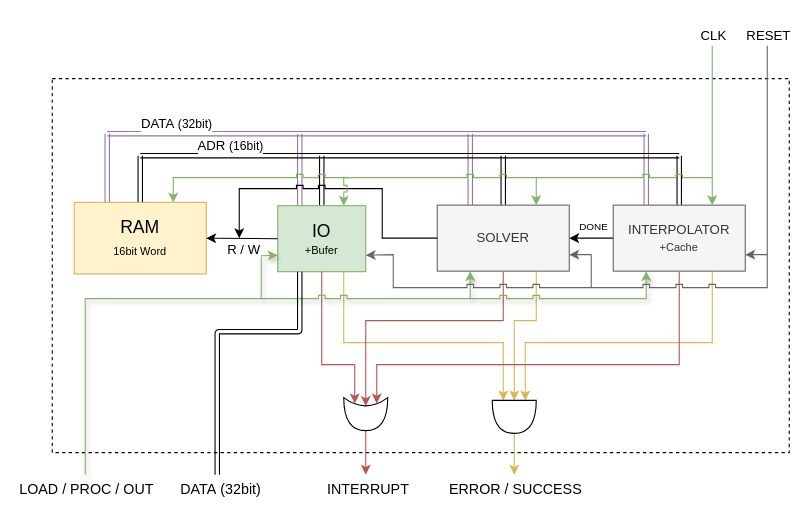
mido3ds/ode-solver-chip keeps this draw.io diagram as d1.drawio. Above is the earlier version. Source tidied: cells renumbered, new cells numbered last; positions are measured from the earlier drawing's top-left corner, leaving out a move shared by most shapes. Both pictures are drawn from the tidied source at 110%, with x=0, y=0 at pixel (52, 45).
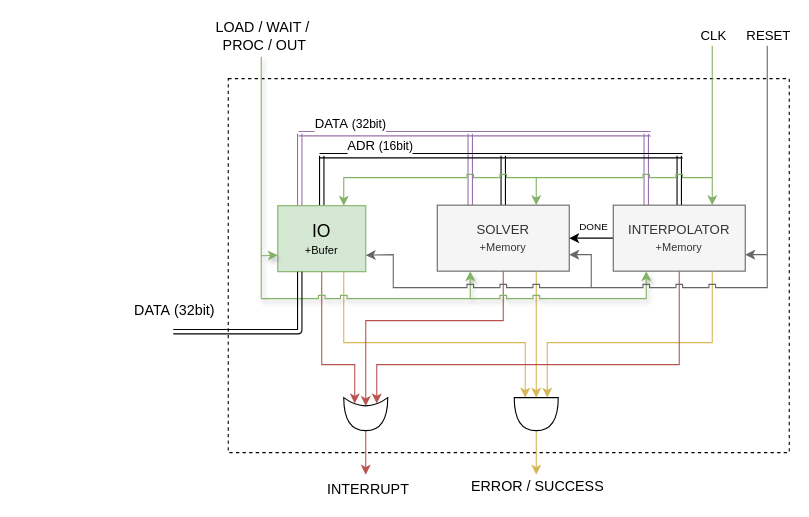
After the change.

Commit message (it also covers changes not shown here):
one more state, and better memory mapping, fixed encoding

The change refers to these unchanged cells:
```xml
<mxCell id="16" value="&lt;font style=&quot;font-size: 16px&quot;&gt;IO&lt;/font&gt;&lt;br&gt;&lt;font style=&quot;font-size: 10px&quot;&gt;+Bufer&lt;/font&gt;" style="rounded=0;whiteSpace=wrap;html=1;fontSize=13;fillColor=#d5e8d4;strokeColor=#82b366;" parent="1" vertex="1">
  <mxGeometry x="205" y="145.5" width="80" height="60" as="geometry" />
</mxCell>
```

Diff of the diagram source:
```diff
@@
     <mxCell id="2" style="rounded=0;whiteSpace=wrap;html=1;dashed=1;fontSize=13;backgroundOutline=1;imageAspect=1;shadow=0;comic=0;fixDash=0;" parent="1" vertex="1">
-      <mxGeometry y="30" width="670" height="340" as="geometry" />
+      <mxGeometry x="160" y="30" width="510" height="340" as="geometry" />
     </mxCell>
-    <mxCell id="3" style="edgeStyle=orthogonalEdgeStyle;rounded=0;jumpStyle=sharp;jettySize=auto;html=1;exitX=0.25;exitY=0;exitDx=0;exitDy=0;startArrow=classic;startFill=1;endArrow=none;endFill=0;shape=link;fillColor=#e1d5e7;strokeColor=#9673a6;" parent="1" edge="1" source="5">
-      <mxGeometry relative="1" as="geometry">
-        <mxPoint x="50" y="80" as="targetPoint" />
-      </mxGeometry>
-    </mxCell>
-    <mxCell id="4" style="edgeStyle=orthogonalEdgeStyle;shape=link;rounded=0;jumpStyle=sharp;jettySize=auto;html=1;exitX=0.5;exitY=0;exitDx=0;exitDy=0;startArrow=classic;startFill=1;endArrow=none;endFill=0;" parent="1" edge="1" source="5">
-      <mxGeometry relative="1" as="geometry">
-        <mxPoint x="80" y="100" as="targetPoint" />
-      </mxGeometry>
-    </mxCell>
-    <mxCell id="5" value="RAM&lt;br style=&quot;font-size: 12px&quot;&gt;&lt;font size=&quot;1&quot;&gt;16bit Word&lt;/font&gt;" style="rounded=0;whiteSpace=wrap;html=1;verticalAlign=middle;fontSize=16;fillColor=#fff2cc;strokeColor=#d6b656;" parent="1" vertex="1">
-      <mxGeometry x="20" y="142.5" width="120" height="65" as="geometry" />
-    </mxCell>
@@
-    <mxCell id="8" value="SOLVER" style="rounded=0;whiteSpace=wrap;html=1;fillColor=#f5f5f5;strokeColor=#666666;fontColor=#333333;" parent="1" vertex="1">
+    <mxCell id="8" value="SOLVER&lt;br style=&quot;font-size: 10px&quot;&gt;&lt;font size=&quot;1&quot;&gt;+Memory&lt;/font&gt;" style="rounded=0;whiteSpace=wrap;html=1;fillColor=#f5f5f5;strokeColor=#666666;fontColor=#333333;" parent="1" vertex="1">
       <mxGeometry x="350" y="145" width="120" height="60" as="geometry" />
     </mxCell>
@@
-    <mxCell id="13" value="INTERPOLATOR&lt;br style=&quot;font-size: 9px&quot;&gt;&lt;font size=&quot;1&quot;&gt;+Cache&lt;/font&gt;" style="rounded=0;whiteSpace=wrap;html=1;fillColor=#f5f5f5;strokeColor=#666666;fontColor=#333333;" parent="1" vertex="1">
+    <mxCell id="13" value="INTERPOLATOR&lt;br style=&quot;font-size: 9px&quot;&gt;&lt;font size=&quot;1&quot;&gt;+Memory&lt;/font&gt;" style="rounded=0;whiteSpace=wrap;html=1;fillColor=#f5f5f5;strokeColor=#666666;fontColor=#333333;" parent="1" vertex="1">
       <mxGeometry x="510" y="145" width="120" height="60" as="geometry" />
     </mxCell>
@@
     <mxCell id="17" style="endArrow=classic;html=1;exitX=0.75;exitY=1;exitDx=0;exitDy=0;entryX=0;entryY=0.25;entryDx=0;entryDy=0;entryPerimeter=0;jumpStyle=sharp;fillColor=#fff2cc;strokeColor=#d6b656;rounded=0;" parent="1" edge="1" source="13" target="50">
       <mxGeometry relative="1" as="geometry">
         <Array as="points">
           <mxPoint x="600" y="270" />
-          <mxPoint x="430" y="270" />
+          <mxPoint x="450" y="270" />
         </Array>
       </mxGeometry>
     </mxCell>
     <mxCell id="18" style="endArrow=classic;html=1;exitX=0.75;exitY=1;exitDx=0;exitDy=0;entryX=0;entryY=0.5;entryDx=0;entryDy=0;entryPerimeter=0;jumpStyle=sharp;fillColor=#fff2cc;strokeColor=#d6b656;rounded=0;" parent="1" edge="1" source="8" target="50">
-      <mxGeometry relative="1" as="geometry">
-        <Array as="points">
-          <mxPoint x="440" y="250" />
-          <mxPoint x="420" y="250" />
-        </Array>
-      </mxGeometry>
+      <mxGeometry relative="1" as="geometry" />
     </mxCell>
     <mxCell id="19" style="endArrow=classic;html=1;exitX=0.75;exitY=1;exitDx=0;exitDy=0;entryX=0;entryY=0.75;entryDx=0;entryDy=0;entryPerimeter=0;jumpStyle=sharp;fillColor=#fff2cc;strokeColor=#d6b656;rounded=0;" parent="1" edge="1" source="16" target="50">
       <mxGeometry relative="1" as="geometry">
         <Array as="points">
           <mxPoint x="265" y="270" />
-          <mxPoint x="410" y="270" />
+          <mxPoint x="430" y="270" />
         </Array>
       </mxGeometry>
     </mxCell>
@@
     <mxCell id="23" style="shape=link;html=1;startArrow=classic;startFill=1;endArrow=none;endFill=0;fillColor=#e1d5e7;strokeColor=#9673a6;" parent="1" edge="1">
       <mxGeometry relative="1" as="geometry">
-        <mxPoint x="50" y="80" as="sourcePoint" />
-        <mxPoint x="540" y="80" as="targetPoint" />
+        <mxPoint x="224" y="80" as="sourcePoint" />
+        <mxPoint x="544" y="80" as="targetPoint" />
       </mxGeometry>
     </mxCell>
     <mxCell id="24" value="DATA&amp;nbsp;&lt;font style=&quot;font-size: 11px&quot;&gt;(32bit)&lt;/font&gt;" style="text;html=1;align=center;verticalAlign=middle;labelBackgroundColor=#ffffff;" parent="23" vertex="1">
       <mxGeometry x="-0.67" relative="1" as="geometry">
-        <mxPoint x="-19" y="-10" as="offset" />
+        <mxPoint x="-7" y="-10" as="offset" />
       </mxGeometry>
     </mxCell>
     <mxCell id="25" style="shape=link;html=1;startArrow=classic;startFill=1;endArrow=none;endFill=0;" parent="1" edge="1">
       <mxGeometry relative="1" as="geometry">
-        <mxPoint x="80" y="100" as="sourcePoint" />
-        <mxPoint x="570" y="100" as="targetPoint" />
+        <mxPoint x="243" y="100" as="sourcePoint" />
+        <mxPoint x="573" y="100" as="targetPoint" />
       </mxGeometry>
     </mxCell>
@@
     <mxCell id="27" style="endArrow=classic;html=1;jumpStyle=sharp;rounded=0;fillColor=#d5e8d4;strokeColor=#82b366;shadow=1;entryX=0;entryY=0.75;entryDx=0;entryDy=0;" parent="1" edge="1" target="16">
       <mxGeometry relative="1" as="geometry">
-        <mxPoint x="30" y="390" as="sourcePoint" />
+        <mxPoint x="190" y="10" as="sourcePoint" />
         <Array as="points">
-          <mxPoint x="30" y="230" />
           <mxPoint x="190" y="230" />
           <mxPoint x="190" y="191" />
         </Array>
       </mxGeometry>
     </mxCell>
-    <mxCell id="28" value="&lt;span style=&quot;font-size: 13px&quot;&gt;LOAD / PROC / OUT&lt;/span&gt;" style="text;html=1;align=center;verticalAlign=middle;labelBackgroundColor=#ffffff;" parent="27" vertex="1">
+    <mxCell id="28" value="&lt;span style=&quot;font-size: 13px&quot;&gt;LOAD / WAIT /&lt;br&gt;&amp;nbsp;PROC / OUT&lt;/span&gt;" style="text;html=1;align=center;verticalAlign=middle;labelBackgroundColor=#ffffff;" parent="27" vertex="1">
       <mxGeometry x="-0.93" y="-1" relative="1" as="geometry">
-        <mxPoint x="-1" y="25.3" as="offset" />
+        <mxPoint x="1" y="-29.2" as="offset" />
       </mxGeometry>
     </mxCell>
@@
-    <mxCell id="31" style="endArrow=classic;html=1;shadow=0;jumpStyle=sharp;rounded=0;entryX=1;entryY=0.5;entryDx=0;entryDy=0;exitX=0;exitY=0.5;exitDx=0;exitDy=0;" parent="1" edge="1" source="16" target="5">
-      <mxGeometry relative="1" as="geometry" />
-    </mxCell>
-    <mxCell id="32" value="R / W" style="text;html=1;align=center;verticalAlign=middle;labelBackgroundColor=#ffffff;" parent="31" vertex="1">
-      <mxGeometry x="0.27" relative="1" as="geometry">
-        <mxPoint x="9" y="10" as="offset" />
-      </mxGeometry>
-    </mxCell>
-    <mxCell id="33" style="endArrow=classic;html=1;shadow=0;exitX=0;exitY=0.5;exitDx=0;exitDy=0;jumpStyle=sharp;rounded=0;" parent="1" edge="1" source="8">
-      <mxGeometry relative="1" as="geometry">
-        <mxPoint x="170" y="175" as="targetPoint" />
-        <Array as="points">
-          <mxPoint x="300" y="175" />
-          <mxPoint x="300" y="130" />
-          <mxPoint x="170" y="130" />
-        </Array>
-      </mxGeometry>
-    </mxCell>
@@
-    <mxCell id="38" style="endArrow=classic;html=1;shadow=0;fontSize=9;entryX=0.75;entryY=0;entryDx=0;entryDy=0;rounded=0;jumpStyle=sharp;fillColor=#d5e8d4;strokeColor=#82b366;" parent="1" edge="1" target="5">
-      <mxGeometry relative="1" as="geometry">
-        <mxPoint x="270" y="120" as="sourcePoint" />
-        <Array as="points">
-          <mxPoint x="110" y="120" />
-        </Array>
-      </mxGeometry>
-    </mxCell>
@@
     <mxCell id="43" style="shape=link;html=1;shadow=0;fontSize=12;entryX=0.25;entryY=1;entryDx=0;entryDy=0;" parent="1" edge="1" target="16">
       <mxGeometry relative="1" as="geometry">
-        <mxPoint x="150" y="390" as="sourcePoint" />
+        <mxPoint x="110" y="260" as="sourcePoint" />
         <Array as="points">
-          <mxPoint x="150" y="260" />
           <mxPoint x="225" y="260" />
         </Array>
       </mxGeometry>
     </mxCell>
     <mxCell id="44" value="DATA&amp;nbsp;&lt;font style=&quot;font-size: 13px;&quot;&gt;(32bit)&lt;/font&gt;" style="text;html=1;align=center;verticalAlign=middle;labelBackgroundColor=#ffffff;fontSize=13;" parent="43" vertex="1">
       <mxGeometry x="-0.89" y="-2" relative="1" as="geometry">
-        <mxPoint y="26.3" as="offset" />
+        <mxPoint x="-9" y="-22.2" as="offset" />
       </mxGeometry>
     </mxCell>
@@
     <mxCell id="48" style="edgeStyle=none;rounded=0;comic=0;jumpStyle=sharp;jettySize=auto;html=1;shadow=0;startArrow=none;startFill=0;endArrow=classic;endFill=1;strokeColor=#d6b656;fontSize=13;fillColor=#fff2cc;" parent="1" edge="1" source="50">
       <mxGeometry relative="1" as="geometry">
-        <mxPoint x="420" y="390" as="targetPoint" />
+        <mxPoint x="440" y="390" as="targetPoint" />
       </mxGeometry>
     </mxCell>
@@
     <mxCell id="50" style="shape=or;whiteSpace=wrap;html=1;rounded=0;shadow=0;fontSize=13;flipH=0;flipV=0;direction=south;" parent="1" vertex="1">
-      <mxGeometry x="400" y="322.5" width="40" height="30" as="geometry" />
+      <mxGeometry x="420" y="320" width="40" height="30" as="geometry" />
     </mxCell>
```
